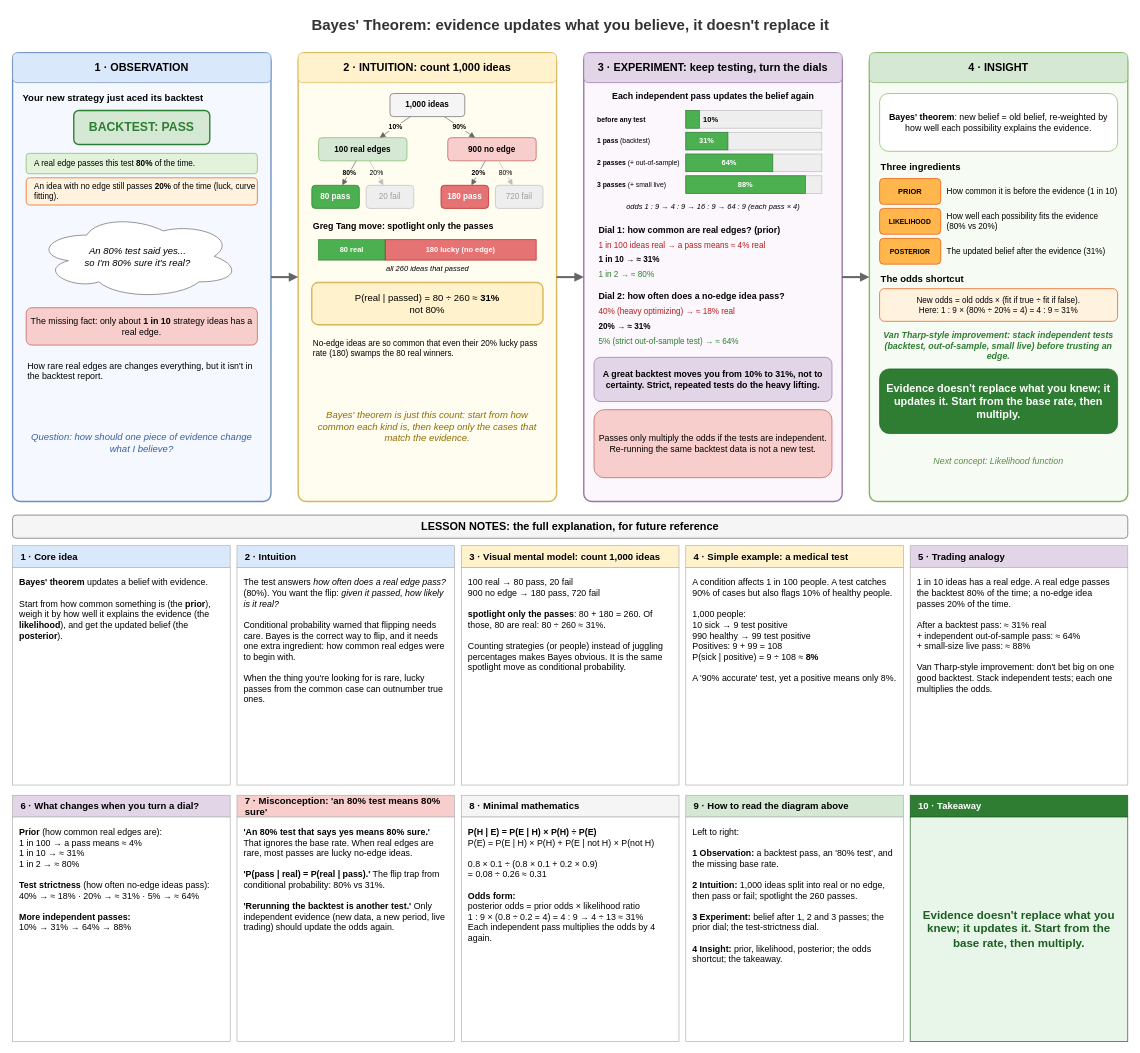
raj-champaneriya-ibm/continuous-learning keeps this draw.io diagram as page "01 Bayes' Theorem" (1 of 2) of seeing-theory/05-bayesian-inference.drawio. Above is the earlier version. Source tidied: cells renumbered, new cells numbered last; positions are measured from the earlier drawing's top-left corner, leaving out a move shared by most shapes. Both pictures are drawn from the tidied source at 68%, with x=0, y=0 at pixel (12, 12).
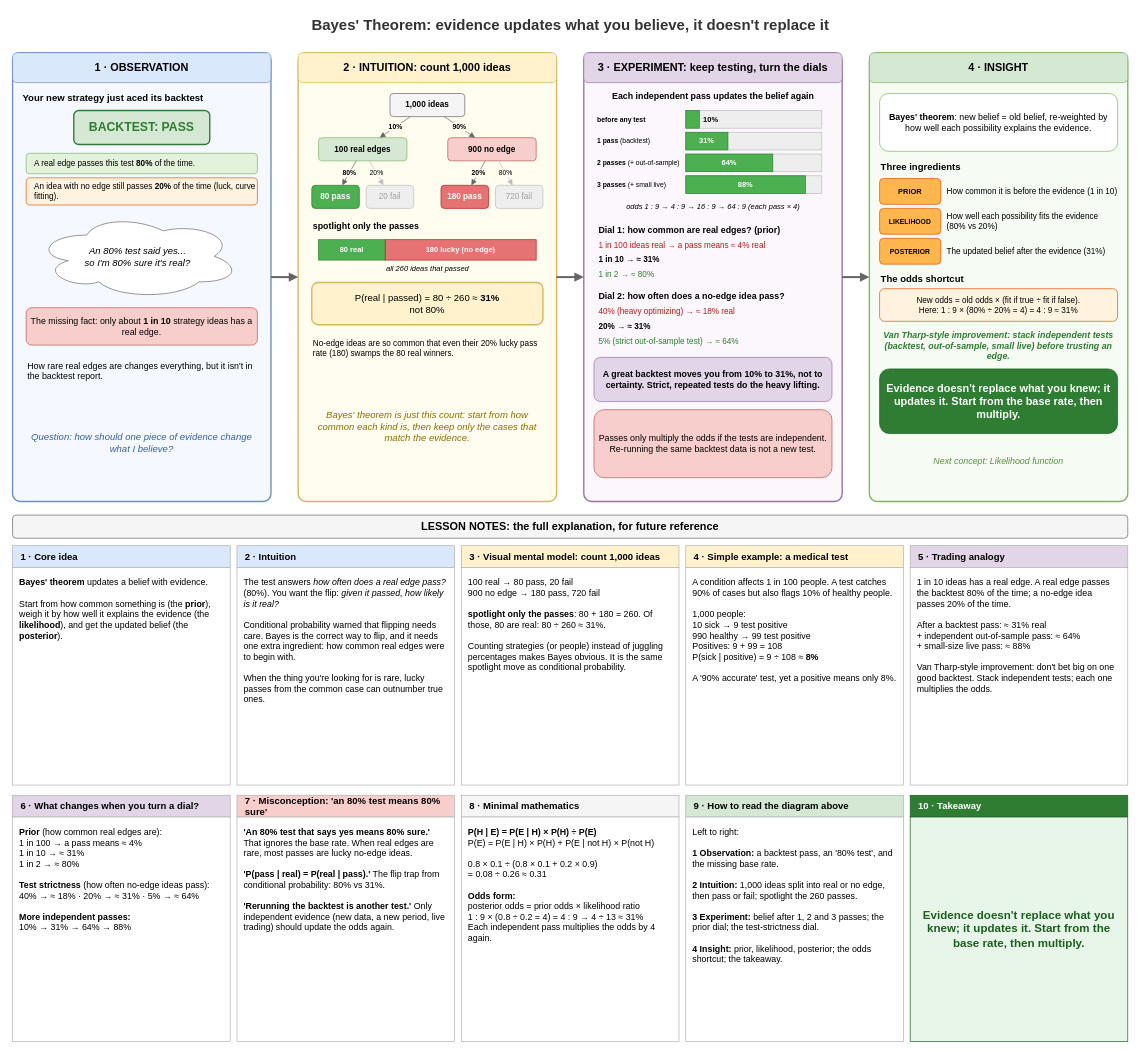
Above is the later version.

Commit message:
Implement feature X to enhance user experience and optimize performance

Change to the diagram source:
```diff
@@
-    <mxCell id="28" value="Greg Tang move: spotlight only the passes" style="text;html=1;align=left;verticalAlign=middle;fontSize=13;fontStyle=1;" parent="1" vertex="1">
+    <mxCell id="28" value="spotlight only the passes" style="text;html=1;align=left;verticalAlign=middle;fontSize=13;fontStyle=1;" parent="1" vertex="1">
       <mxGeometry x="440" y="305" width="340" height="20" as="geometry" />
     </mxCell>
```
